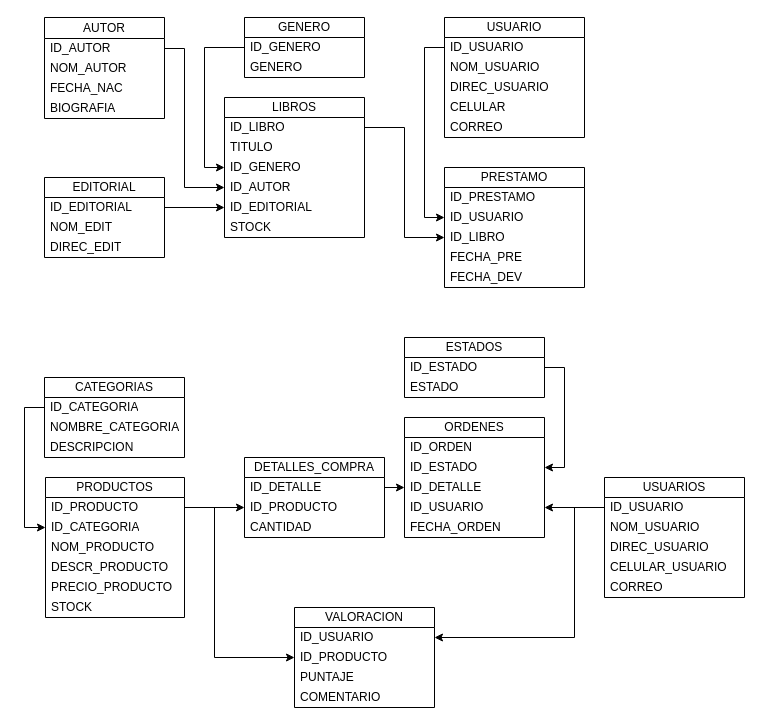
Above: Diagrama sin título.drawio in santitroconis/Programacion-Orientada-a-Objetos (draw.io), before the change. Source tidied: cells renumbered, new cells numbered last; positions are measured from the earlier drawing's top-left corner, leaving out a move shared by most shapes. Both pictures are drawn from the tidied source at 100%, with x=0, y=0 at pixel (44, 17).
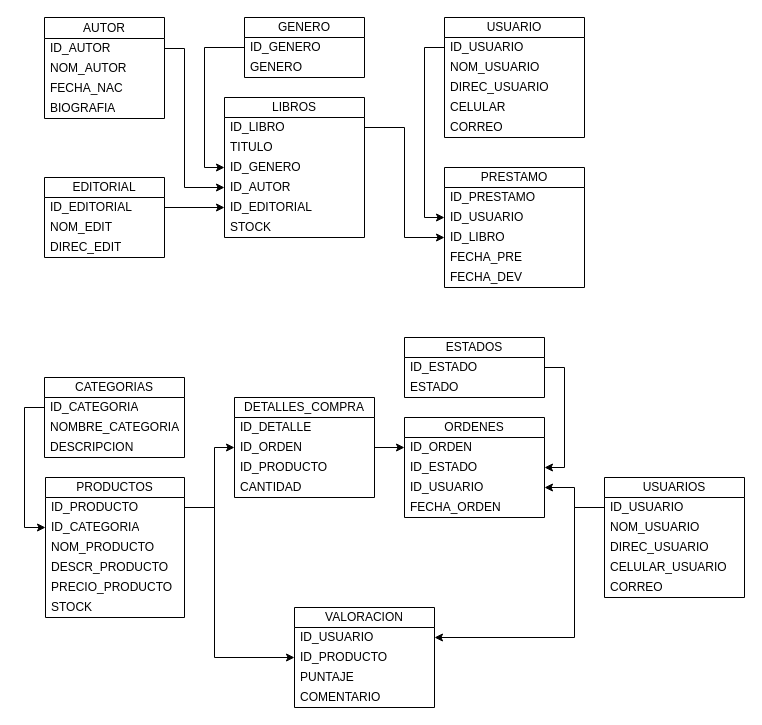
The same diagram, later.

The change refers to these unchanged cells:
```xml
<mxCell id="39" value="ID_PRODUCTO" style="text;strokeColor=none;fillColor=none;align=left;verticalAlign=middle;spacingLeft=4;spacingRight=4;overflow=hidden;points=[[0,0.5],[1,0.5]];portConstraint=eastwest;whiteSpace=wrap;html=1;" parent="38" vertex="1">
  <mxGeometry y="20" width="139" height="20" as="geometry" />
</mxCell>
<mxCell id="56" value="ID_ORDEN" style="text;strokeColor=none;fillColor=none;align=left;verticalAlign=middle;spacingLeft=4;spacingRight=4;overflow=hidden;points=[[0,0.5],[1,0.5]];portConstraint=eastwest;whiteSpace=wrap;html=1;" parent="55" vertex="1">
  <mxGeometry y="20" width="140" height="20" as="geometry" />
</mxCell>
<mxCell id="65" value="ID_DETALLE" style="text;strokeColor=none;fillColor=none;align=left;verticalAlign=middle;spacingLeft=4;spacingRight=4;overflow=hidden;points=[[0,0.5],[1,0.5]];portConstraint=eastwest;whiteSpace=wrap;html=1;" parent="64" vertex="1">
  <mxGeometry y="20" width="140" height="20" as="geometry" />
</mxCell>
```

What changed in the source:
```diff
@@
     <mxCell id="55" value="ORDENES" style="swimlane;fontStyle=0;horizontal=1;startSize=20;whiteSpace=wrap;html=1;" parent="1" vertex="1">
-      <mxGeometry x="360" y="400" width="140" height="120" as="geometry" />
+      <mxGeometry x="360" y="400" width="140" height="100" as="geometry" />
     </mxCell>
@@
-    <mxCell id="58" value="ID_DETALLE" style="text;strokeColor=none;fillColor=none;align=left;verticalAlign=middle;spacingLeft=4;spacingRight=4;overflow=hidden;points=[[0,0.5],[1,0.5]];portConstraint=eastwest;whiteSpace=wrap;html=1;" parent="55" vertex="1">
-      <mxGeometry y="60" width="140" height="20" as="geometry" />
-    </mxCell>
     <mxCell id="59" value="ID_USUARIO" style="text;strokeColor=none;fillColor=none;align=left;verticalAlign=middle;spacingLeft=4;spacingRight=4;overflow=hidden;points=[[0,0.5],[1,0.5]];portConstraint=eastwest;whiteSpace=wrap;html=1;" parent="55" vertex="1">
-      <mxGeometry y="80" width="140" height="20" as="geometry" />
+      <mxGeometry y="60" width="140" height="20" as="geometry" />
     </mxCell>
     <mxCell id="60" value="FECHA_ORDEN" style="text;strokeColor=none;fillColor=none;align=left;verticalAlign=middle;spacingLeft=4;spacingRight=4;overflow=hidden;whiteSpace=wrap;html=1;" parent="55" vertex="1">
-      <mxGeometry y="100" width="140" height="20" as="geometry" />
+      <mxGeometry y="80" width="140" height="20" as="geometry" />
     </mxCell>
@@
     <mxCell id="64" value="DETALLES_COMPRA" style="swimlane;fontStyle=0;horizontal=1;startSize=20;whiteSpace=wrap;html=1;" parent="1" vertex="1">
-      <mxGeometry x="200" y="440" width="140" height="80" as="geometry" />
+      <mxGeometry x="190" y="380" width="140" height="100" as="geometry" />
     </mxCell>
@@
+    <mxCell id="80" value="ID_ORDEN" style="text;strokeColor=none;fillColor=none;align=left;verticalAlign=middle;spacingLeft=4;spacingRight=4;overflow=hidden;points=[[0,0.5],[1,0.5]];portConstraint=eastwest;whiteSpace=wrap;html=1;" parent="64" vertex="1">
+      <mxGeometry y="40" width="140" height="20" as="geometry" />
+    </mxCell>
     <mxCell id="66" value="ID_PRODUCTO" style="text;strokeColor=none;fillColor=none;align=left;verticalAlign=middle;spacingLeft=4;spacingRight=4;overflow=hidden;points=[[0,0.5],[1,0.5]];portConstraint=eastwest;whiteSpace=wrap;html=1;" parent="64" vertex="1">
-      <mxGeometry y="40" width="140" height="20" as="geometry" />
+      <mxGeometry y="60" width="140" height="20" as="geometry" />
     </mxCell>
     <mxCell id="67" value="CANTIDAD" style="text;strokeColor=none;fillColor=none;align=left;verticalAlign=middle;spacingLeft=4;spacingRight=4;overflow=hidden;whiteSpace=wrap;html=1;" parent="64" vertex="1">
-      <mxGeometry y="60" width="140" height="20" as="geometry" />
+      <mxGeometry y="80" width="140" height="20" as="geometry" />
     </mxCell>
@@
-    <mxCell id="73" style="edgeStyle=orthogonalEdgeStyle;rounded=0;jettySize=auto;html=1;exitX=1;exitY=0.5;exitDx=0;exitDy=0;entryX=0;entryY=0.5;entryDx=0;entryDy=0;" parent="1" edge="1" source="39" target="66">
-      <mxGeometry relative="1" as="geometry" />
-    </mxCell>
-    <mxCell id="74" style="edgeStyle=orthogonalEdgeStyle;rounded=0;jettySize=auto;html=1;exitX=1;exitY=0.5;exitDx=0;exitDy=0;entryX=0;entryY=0.5;entryDx=0;entryDy=0;" parent="1" edge="1" source="65" target="58">
-      <mxGeometry relative="1" as="geometry" />
-    </mxCell>
@@
+    <mxCell id="81" style="edgeStyle=orthogonalEdgeStyle;rounded=0;jettySize=auto;html=1;exitX=1;exitY=0.5;exitDx=0;exitDy=0;entryX=0;entryY=0.5;entryDx=0;entryDy=0;" parent="1" edge="1" source="80" target="56">
+      <mxGeometry relative="1" as="geometry" />
+    </mxCell>
+    <mxCell id="82" style="edgeStyle=orthogonalEdgeStyle;rounded=0;jettySize=auto;html=1;exitX=1;exitY=0.5;exitDx=0;exitDy=0;entryX=0;entryY=0.5;entryDx=0;entryDy=0;" parent="1" edge="1" source="39" target="80">
+      <mxGeometry relative="1" as="geometry">
+        <Array as="points">
+          <mxPoint x="170" y="490" />
+          <mxPoint x="170" y="430" />
+        </Array>
+      </mxGeometry>
+    </mxCell>
```
